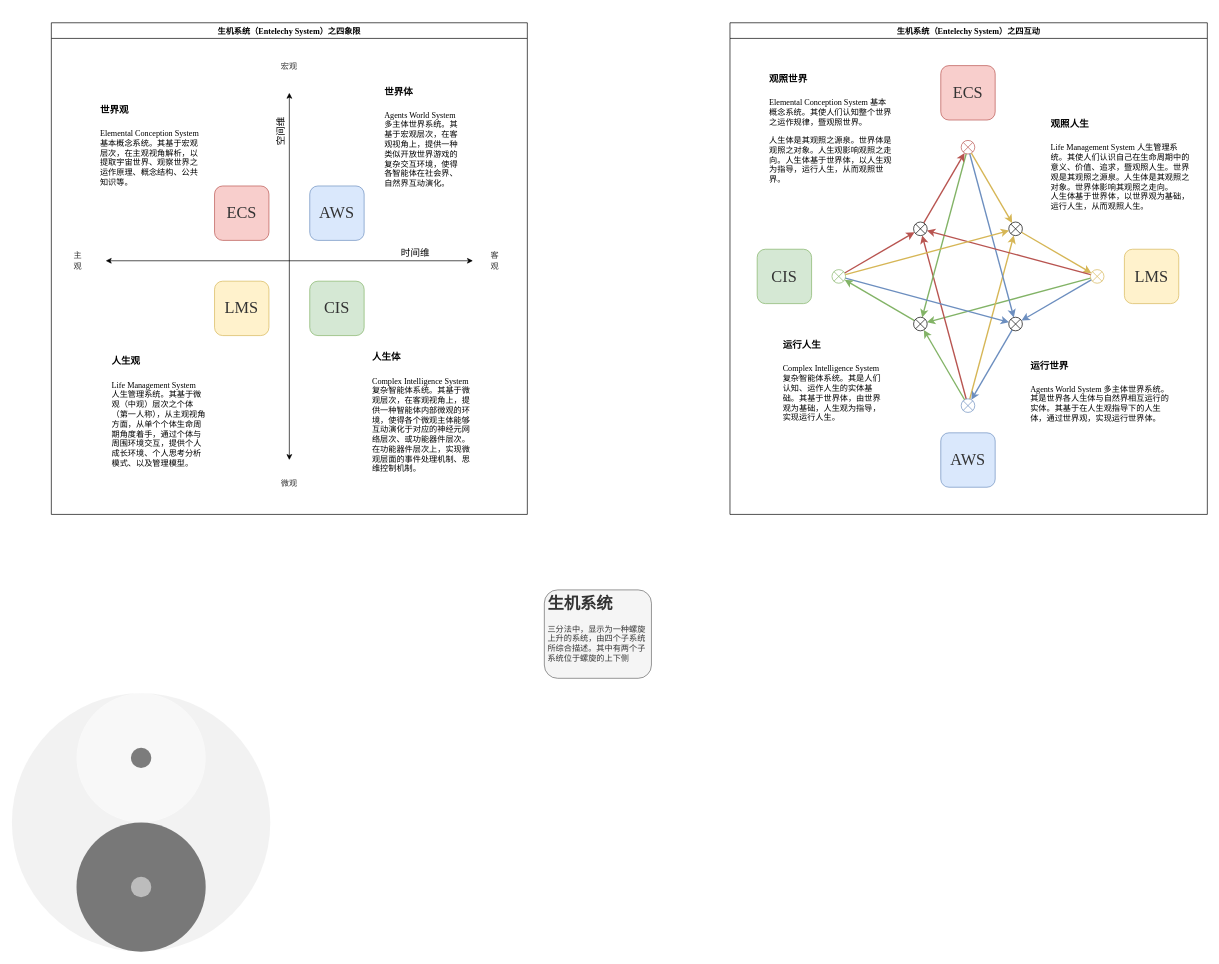
Before: page "生机系统之总体框架" (1 of 2) of Theory/总体分析框架.drawio in EntelechySystem/EntelechySystem_theory, a draw.io diagram. Source tidied: cells renumbered, new cells numbered last; positions are measured from the earlier drawing's top-left corner, leaving out a move shared by most shapes. Both pictures are drawn from the tidied source at 68%, with x=0, y=0 at pixel (12, 22).
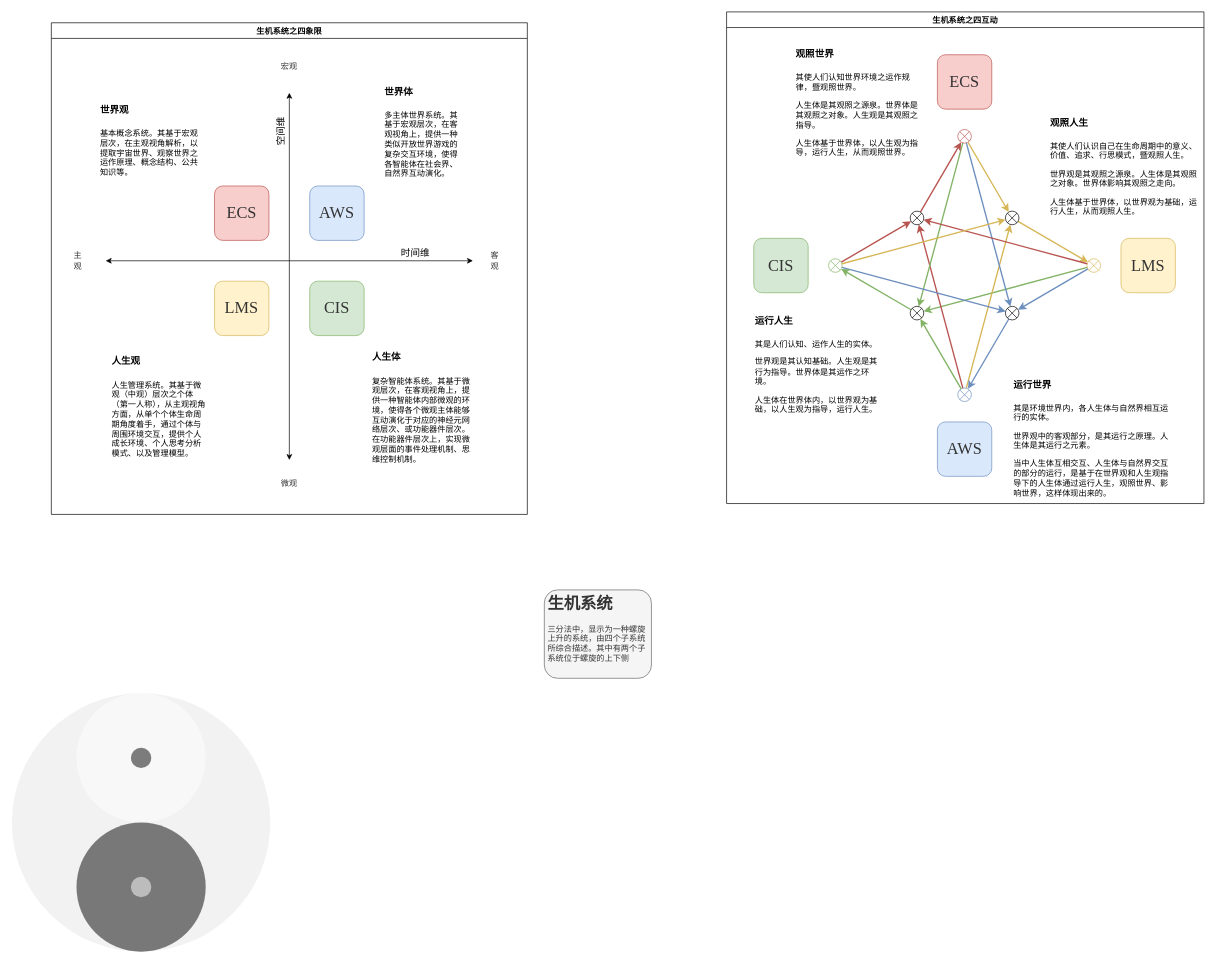
The same page after the edit.

The edit, as a diff of the source:
```diff
@@
-    <mxCell id="2" value="生机系统（Entelechy System）之四互动" style="swimlane;fontFamily=Times New Roman;fontSize=12;fixDash=0;" parent="1" vertex="1">
-      <mxGeometry x="1056" width="702" height="723" as="geometry" />
+    <mxCell id="2" value="生机系统之四互动" style="swimlane;fontFamily=Times New Roman;fontSize=12;fixDash=0;" parent="1" vertex="1">
+      <mxGeometry x="1051" y="-16" width="702" height="723" as="geometry" />
     </mxCell>
@@
-    <mxCell id="31" value="&lt;p style=&quot;line-height: 1;&quot;&gt;&lt;/p&gt;&lt;h1 style=&quot;&quot;&gt;&lt;span style=&quot;font-size: 14px;&quot;&gt;观照世界&lt;/span&gt;&lt;/h1&gt;&lt;p style=&quot;font-size: 12px;&quot;&gt;Elemental Conception System 基本概念系统。其使人们认知整个世界之运作规律，暨观照世界。&lt;/p&gt;&lt;p&gt;人生体是其观照之源泉。&lt;span style=&quot;background-color: initial;&quot;&gt;世界体是观照之对象。人生观影响观照之走向。人生体基于世界体，以人生观为指导，运行人生，从而观照世界。&lt;/span&gt;&lt;/p&gt;&lt;p&gt;&lt;/p&gt;" style="text;html=1;strokeColor=none;fillColor=none;spacing=5;spacingTop=-20;whiteSpace=wrap;overflow=hidden;rounded=0;fontFamily=Times New Roman;fontSize=12;" parent="2" vertex="1">
-      <mxGeometry x="53" y="60" width="189" height="186" as="geometry" />
-    </mxCell>
-    <mxCell id="32" value="&lt;p style=&quot;line-height: 1.2;&quot;&gt;&lt;/p&gt;&lt;h1 style=&quot;&quot;&gt;&lt;span style=&quot;font-size: 14px;&quot;&gt;观照人生&lt;/span&gt;&lt;/h1&gt;&lt;p style=&quot;font-size: 12px;&quot;&gt;&lt;/p&gt;Life Management System 人生管理系统。其使人们认识自己在生命周期中的意义、价值、追求，暨观照人生。世界观是其观照之源泉。人生体是其观照之对象。世界体影响其观照之走向。&lt;br&gt;人生体基于世界体，以世界观为基础，运行人生，从而观照人生。&lt;p&gt;&lt;/p&gt;" style="text;html=1;strokeColor=none;fillColor=none;spacing=5;spacingTop=-20;whiteSpace=wrap;overflow=hidden;rounded=0;fontFamily=Times New Roman;fontSize=12;" parent="2" vertex="1">
-      <mxGeometry x="467" y="126" width="218" height="152" as="geometry" />
-    </mxCell>
-    <mxCell id="33" value="&lt;h1&gt;&lt;span style=&quot;font-size: 14px;&quot;&gt;运行世界&lt;/span&gt;&lt;/h1&gt;&lt;h1&gt;&lt;p style=&quot;font-size: 12px; font-weight: 400;&quot;&gt;Agents World System 多主体世界系统。其是世界各人生体与自然界相互运行的实体。其基于在人生观指导下的人生体，通过世界观，实现运行世界体。&lt;/p&gt;&lt;/h1&gt;" style="text;html=1;strokeColor=none;fillColor=none;spacing=5;spacingTop=-20;whiteSpace=wrap;overflow=hidden;rounded=0;fontFamily=Times New Roman;fontSize=12;" parent="2" vertex="1">
-      <mxGeometry x="437" y="481" width="214" height="114" as="geometry" />
+    <mxCell id="33" value="&lt;h1&gt;&lt;span style=&quot;font-size: 14px;&quot;&gt;运行世界&lt;/span&gt;&lt;/h1&gt;&lt;h1&gt;&lt;p style=&quot;font-size: 12px; font-weight: 400;&quot;&gt;其是环境世界内，各人生体与自然界相互运行的实体。&lt;/p&gt;&lt;p style=&quot;font-size: 12px; font-weight: 400;&quot;&gt;世界观中的客观部分，是其运行之原理。人生体是其运行之元素。&lt;/p&gt;&lt;p style=&quot;font-size: 12px; font-weight: 400;&quot;&gt;当中人生体互相交互、人生体与自然界交互的部分的运行，是基于在世界观和人生观指导下的人生体通过运行人生，观照世界、影响世界，这样体现出来的。&lt;/p&gt;&lt;/h1&gt;" style="text;html=1;strokeColor=none;fillColor=none;spacing=5;spacingTop=-20;whiteSpace=wrap;overflow=hidden;rounded=0;fontFamily=Times New Roman;fontSize=12;" parent="2" vertex="1">
+      <mxGeometry x="417" y="525" width="240" height="212" as="geometry" />
     </mxCell>
-    <mxCell id="34" value="&lt;h1 style=&quot;&quot;&gt;&lt;span style=&quot;font-size: 14px;&quot;&gt;运行人生&lt;/span&gt;&lt;/h1&gt;&lt;p style=&quot;font-size: 12px;&quot;&gt;Complex Intelligence System 复杂智能体系统。其是人们认知、运作人生的实体基础。其基于世界体，由世界观为基础，人生观为指导，实现运行人生。&lt;/p&gt;" style="text;html=1;strokeColor=none;fillColor=none;spacing=5;spacingTop=-20;whiteSpace=wrap;overflow=hidden;rounded=0;fontFamily=Times New Roman;fontSize=12;" parent="2" vertex="1">
-      <mxGeometry x="73" y="451" width="161" height="155" as="geometry" />
+    <mxCell id="34" value="&lt;h1 style=&quot;&quot;&gt;&lt;span style=&quot;font-size: 14px;&quot;&gt;运行人生&lt;/span&gt;&lt;/h1&gt;&lt;p style=&quot;font-size: 12px;&quot;&gt;其是人们认知、运作人生的实体。&lt;/p&gt;&lt;p style=&quot;font-size: 12px;&quot;&gt;世界观是其认知基础。人生观是其行为指导。世界体是其运作之环境。&lt;/p&gt;&lt;p style=&quot;font-size: 12px;&quot;&gt;人生体在世界体内，以世界观为基础，以人生观为指导，运行人生。&lt;/p&gt;" style="text;html=1;strokeColor=none;fillColor=none;spacing=5;spacingTop=-20;whiteSpace=wrap;overflow=hidden;rounded=0;fontFamily=Times New Roman;fontSize=12;" parent="2" vertex="1">
+      <mxGeometry x="37" y="431" width="188" height="192" as="geometry" />
     </mxCell>
+    <mxCell id="31" value="&lt;p style=&quot;line-height: 1;&quot;&gt;&lt;/p&gt;&lt;h1 style=&quot;&quot;&gt;&lt;span style=&quot;font-size: 14px;&quot;&gt;观照世界&lt;/span&gt;&lt;/h1&gt;&lt;p style=&quot;font-size: 12px;&quot;&gt;其使人们认知世界环境之运作规律，暨观照世界。&lt;/p&gt;&lt;p&gt;人生体是其观照之源泉。&lt;span style=&quot;background-color: initial;&quot;&gt;世界体是其观照之对象。人生观是其观照之指导。&lt;/span&gt;&lt;/p&gt;&lt;p&gt;&lt;span style=&quot;background-color: initial;&quot;&gt;人生体基于世界体，以人生观为指导，运行人生，从而观照世界。&lt;/span&gt;&lt;/p&gt;&lt;p&gt;&lt;/p&gt;" style="text;html=1;strokeColor=none;fillColor=none;spacing=5;spacingTop=-20;whiteSpace=wrap;overflow=hidden;rounded=0;fontFamily=Times New Roman;fontSize=12;" parent="2" vertex="1">
+      <mxGeometry x="97" y="39" width="189" height="186" as="geometry" />
+    </mxCell>
+    <mxCell id="59" value="&lt;p style=&quot;line-height: 1;&quot;&gt;&lt;/p&gt;&lt;h1 style=&quot;&quot;&gt;&lt;span style=&quot;font-size: 14px;&quot;&gt;观照人生&lt;/span&gt;&lt;/h1&gt;&lt;p style=&quot;&quot;&gt;&lt;span style=&quot;background-color: initial;&quot;&gt;其使人们认识自己在生命周期中的意义、价值、追求、行思模式，暨观照人生。&lt;/span&gt;&lt;/p&gt;&lt;p style=&quot;&quot;&gt;&lt;span style=&quot;background-color: initial;&quot;&gt;世界观是其观照之源泉。人生体是其观照之对象。世界体影响其观照之走向。&lt;/span&gt;&lt;/p&gt;&lt;p style=&quot;&quot;&gt;&lt;span style=&quot;background-color: initial;&quot;&gt;人生体基于世界体，以世界观为基础，运行人生，从而观照人生。&lt;/span&gt;&lt;br&gt;&lt;/p&gt;&lt;p&gt;&lt;/p&gt;" style="text;html=1;strokeColor=none;fillColor=none;spacing=5;spacingTop=-20;whiteSpace=wrap;overflow=hidden;rounded=0;fontFamily=Times New Roman;fontSize=12;" parent="2" vertex="1">
+      <mxGeometry x="471" y="140" width="226" height="181" as="geometry" />
+    </mxCell>
-    <mxCell id="35" value="生机系统（Entelechy System）之四象限" style="swimlane;fontFamily=Times New Roman;fontSize=12;fixDash=0;" parent="1" vertex="1">
+    <mxCell id="35" value="生机系统之四象限" style="swimlane;fontFamily=Times New Roman;fontSize=12;fixDash=0;" parent="1" vertex="1">
       <mxGeometry x="58" width="700" height="723" as="geometry" />
     </mxCell>
@@
-    <mxCell id="44" value="&lt;h1 style=&quot;&quot;&gt;&lt;span style=&quot;font-size: 14px;&quot;&gt;世界体&lt;/span&gt;&lt;/h1&gt;&lt;p style=&quot;font-size: 12px;&quot;&gt;Agents World System 多主体世界系统。其基于宏观层次，在客观视角上，提供一种类似开放世界游戏的复杂交互环境，使得各智能体在社会界、自然界互动演化。&lt;/p&gt;" style="text;html=1;strokeColor=none;fillColor=none;spacing=5;spacingTop=-20;whiteSpace=wrap;overflow=hidden;rounded=0;fontFamily=Times New Roman;fontSize=12;" parent="35" vertex="1">
+    <mxCell id="44" value="&lt;h1 style=&quot;&quot;&gt;&lt;span style=&quot;font-size: 14px;&quot;&gt;世界体&lt;/span&gt;&lt;/h1&gt;&lt;p style=&quot;font-size: 12px;&quot;&gt;多主体世界系统。其基于宏观层次，在客观视角上，提供一种类似开放世界游戏的复杂交互环境，使得各智能体在社会界、自然界互动演化。&lt;/p&gt;" style="text;html=1;strokeColor=none;fillColor=none;spacing=5;spacingTop=-20;whiteSpace=wrap;overflow=hidden;rounded=0;fontFamily=Times New Roman;fontSize=12;" parent="35" vertex="1">
       <mxGeometry x="485" y="78" width="127" height="180.5" as="geometry" />
     </mxCell>
-    <mxCell id="45" value="&lt;h1 style=&quot;&quot;&gt;&lt;span style=&quot;font-size: 14px;&quot;&gt;世界观&lt;/span&gt;&lt;/h1&gt;&lt;p style=&quot;font-size: 12px;&quot;&gt;Elemental Conception System 基本概念系统。其基于宏观层次，在主观视角解析，以提取宇宙世界、观察世界之运作原理、概念结构、公共知识等。&lt;br&gt;&lt;/p&gt;" style="text;html=1;strokeColor=none;fillColor=none;spacing=5;spacingTop=-20;whiteSpace=wrap;overflow=hidden;rounded=0;fontFamily=Times New Roman;fontSize=12;" parent="35" vertex="1">
+    <mxCell id="45" value="&lt;h1 style=&quot;&quot;&gt;&lt;span style=&quot;font-size: 14px;&quot;&gt;世界观&lt;/span&gt;&lt;/h1&gt;&lt;p style=&quot;font-size: 12px;&quot;&gt;基本概念系统。其基于宏观层次，在主观视角解析，以提取宇宙世界、观察世界之运作原理、概念结构、公共知识等。&lt;br&gt;&lt;/p&gt;" style="text;html=1;strokeColor=none;fillColor=none;spacing=5;spacingTop=-20;whiteSpace=wrap;overflow=hidden;rounded=0;fontFamily=Times New Roman;fontSize=12;" parent="35" vertex="1">
       <mxGeometry x="66.5" y="104.5" width="160.5" height="150.5" as="geometry" />
     </mxCell>
-    <mxCell id="46" value="&lt;p style=&quot;line-height: 1.2;&quot;&gt;&lt;/p&gt;&lt;h1 style=&quot;&quot;&gt;&lt;font style=&quot;font-size: 14px;&quot;&gt;人生观&lt;/font&gt;&lt;/h1&gt;&lt;p style=&quot;font-size: 12px;&quot;&gt;&lt;/p&gt;Life Management System 人生管理系统。其基于微观（中观）层次之个体（第一人称），从主观视角方面，从单个个体&lt;span style=&quot;background-color: initial;&quot;&gt;生命周期角度着手，通过个体与周围环境交互，&lt;/span&gt;&lt;span style=&quot;background-color: initial;&quot;&gt;提供个人成长环境、个人思考分析模式、以及管理模型。&lt;/span&gt;&lt;p&gt;&lt;/p&gt;" style="text;html=1;strokeColor=none;fillColor=none;spacing=5;spacingTop=-20;whiteSpace=wrap;overflow=hidden;rounded=0;fontFamily=Times New Roman;fontSize=12;" parent="35" vertex="1">
+    <mxCell id="46" value="&lt;p style=&quot;line-height: 1.2;&quot;&gt;&lt;/p&gt;&lt;h1 style=&quot;&quot;&gt;&lt;font style=&quot;font-size: 14px;&quot;&gt;人生观&lt;/font&gt;&lt;/h1&gt;&lt;p style=&quot;font-size: 12px;&quot;&gt;&lt;/p&gt;人生管理系统。其基于微观（中观）层次之个体（第一人称），从主观视角方面，从单个个体&lt;span style=&quot;background-color: initial;&quot;&gt;生命周期角度着手，通过个体与周围环境交互，&lt;/span&gt;&lt;span style=&quot;background-color: initial;&quot;&gt;提供个人成长环境、个人思考分析模式、以及管理模型。&lt;/span&gt;&lt;p&gt;&lt;/p&gt;" style="text;html=1;strokeColor=none;fillColor=none;spacing=5;spacingTop=-20;whiteSpace=wrap;overflow=hidden;rounded=0;fontFamily=Times New Roman;fontSize=12;" parent="35" vertex="1">
       <mxGeometry x="84" y="475" width="146" height="186" as="geometry" />
     </mxCell>
-    <mxCell id="47" value="&lt;h1 style=&quot;&quot;&gt;&lt;span style=&quot;font-size: 14px;&quot;&gt;人生体&lt;/span&gt;&lt;/h1&gt;&lt;p style=&quot;font-size: 12px;&quot;&gt;Complex Intelligence System 复杂智能体系统。其基于微观层次，在客观视角上，提供一种智能体内部微观的环境，使得各个微观主体能够互动演化于对应的神经元网络层次、或功能器件层次。在功能器件层次上，实现微观层面的事件处理机制、思维控制机制。&lt;/p&gt;" style="text;html=1;strokeColor=none;fillColor=none;spacing=5;spacingTop=-20;whiteSpace=wrap;overflow=hidden;rounded=0;fontFamily=Times New Roman;fontSize=12;" parent="35" vertex="1">
+    <mxCell id="47" value="&lt;h1 style=&quot;&quot;&gt;&lt;span style=&quot;font-size: 14px;&quot;&gt;人生体&lt;/span&gt;&lt;/h1&gt;&lt;p style=&quot;font-size: 12px;&quot;&gt;复杂智能体系统。其基于微观层次，在客观视角上，提供一种智能体内部微观的环境，使得各个微观主体能够互动演化于对应的神经元网络层次、或功能器件层次。在功能器件层次上，实现微观层面的事件处理机制、思维控制机制。&lt;/p&gt;" style="text;html=1;strokeColor=none;fillColor=none;spacing=5;spacingTop=-20;whiteSpace=wrap;overflow=hidden;rounded=0;fontFamily=Times New Roman;fontSize=12;" parent="35" vertex="1">
       <mxGeometry x="467" y="469" width="163" height="206" as="geometry" />
     </mxCell>
```
